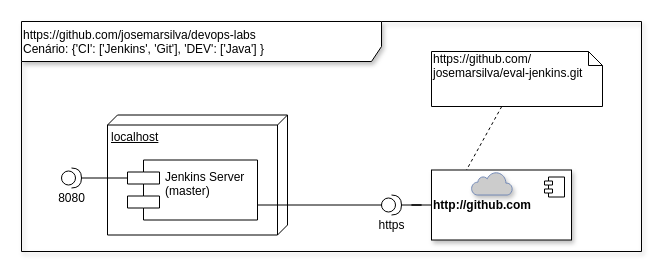
The draw.io diagram doc/DeployDiagram-Cenario_CI-Jenkins-Git_DEV-Java.drawio in josemarsilva/devops-labs, before the edit. Source tidied: cells renumbered, new cells numbered last; positions are measured from the earlier drawing's top-left corner, leaving out a move shared by most shapes. Both pictures are drawn from the tidied source at 100%, with x=0, y=0 at pixel (21, 21).
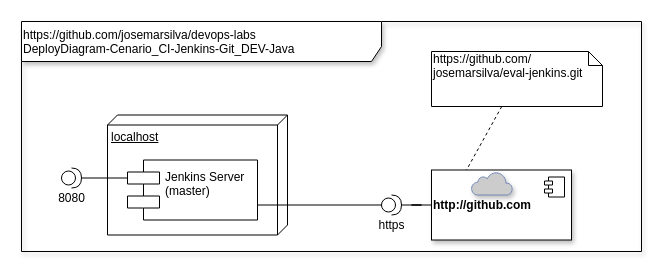
The same diagram, later.

Diff of the diagram source:
```diff
@@
 <mxGraphModel background="#ffffff">
   <root>
     <mxCell id="0" />
     <mxCell id="1" parent="0" />
-    <mxCell id="2" value="https://github.com/josemarsilva/devops-labs&lt;br&gt;Cenário: {'CI': ['Jenkins', 'Git'], 'DEV': ['Java'] }" style="shape=umlFrame;whiteSpace=wrap;html=1;shadow=1;width=360;height=40;align=left;verticalAlign=top;" parent="1" vertex="1">
+    <mxCell id="2" value="https://github.com/josemarsilva/devops-labs&lt;br&gt;DeployDiagram-Cenario_CI-Jenkins-Git_DEV-Java" style="shape=umlFrame;whiteSpace=wrap;html=1;shadow=1;width=360;height=40;align=left;verticalAlign=top;" parent="1" vertex="1">
       <mxGeometry width="620" height="230" as="geometry" />
     </mxCell>
     <mxCell id="3" value="&lt;b&gt;http://github.com&lt;/b&gt;" style="html=1;shadow=1;align=left;" parent="1" vertex="1">
       <mxGeometry x="410" y="148.5" width="140" height="70" as="geometry" />
     </mxCell>
     <mxCell id="4" style="shape=component;jettyWidth=8;jettyHeight=4;" parent="3" vertex="1">
       <mxGeometry x="1" width="20" height="20" relative="1" as="geometry">
         <mxPoint x="-27" y="7" as="offset" />
       </mxGeometry>
     </mxCell>
     <mxCell id="5" style="html=1;fillColor=#CCCCCC;strokeColor=#6881B3;gradientColor=none;gradientDirection=north;strokeWidth=2;shape=mxgraph.networks.cloud;fontColor=#ffffff;shadow=1;align=left;" parent="3" vertex="1">
       <mxGeometry x="40" y="2" width="41" height="23" as="geometry" />
     </mxCell>
     <mxCell id="6" style="edgeStyle=orthogonalEdgeStyle;rounded=0;html=1;exitX=0;exitY=0.25;entryX=0;entryY=0.25;jettySize=auto;orthogonalLoop=1;" parent="1" edge="1" source="3" target="3">
       <mxGeometry relative="1" as="geometry" />
     </mxCell>
     <mxCell id="7" value="localhost" style="verticalAlign=top;align=left;spacingTop=8;spacingLeft=2;spacingRight=12;shape=cube;size=10;direction=south;fontStyle=4;html=1;" parent="1" vertex="1">
       <mxGeometry x="86" y="93.5" width="180" height="120" as="geometry" />
     </mxCell>
     <mxCell id="8" value="Jenkins Server&#10;(master)&#10;" style="shape=component;align=left;spacingLeft=36;" parent="1" vertex="1">
       <mxGeometry x="106" y="138.5" width="130" height="60" as="geometry" />
     </mxCell>
     <mxCell id="9" style="edgeStyle=orthogonalEdgeStyle;rounded=0;jettySize=auto;html=1;entryX=0;entryY=0.5;entryDx=0;entryDy=0;endArrow=none;endFill=0;" parent="1" edge="1" source="10" target="3">
       <mxGeometry relative="1" as="geometry" />
     </mxCell>
     <mxCell id="10" value="https" style="shape=providedRequiredInterface;html=1;verticalLabelPosition=bottom;" parent="1" vertex="1">
       <mxGeometry x="360" y="173.5" width="20" height="20" as="geometry" />
     </mxCell>
     <mxCell id="11" style="edgeStyle=none;rounded=0;jettySize=auto;html=1;entryX=0;entryY=0.3;entryDx=0;entryDy=0;endArrow=none;endFill=0;" parent="1" edge="1" source="12" target="8">
       <mxGeometry relative="1" as="geometry" />
     </mxCell>
     <mxCell id="12" value="8080" style="shape=providedRequiredInterface;html=1;verticalLabelPosition=bottom;" parent="1" vertex="1">
       <mxGeometry x="40" y="146.5" width="20" height="20" as="geometry" />
     </mxCell>
     <mxCell id="13" style="rounded=0;jettySize=auto;html=1;exitX=1;exitY=0.75;exitDx=0;exitDy=0;entryX=0;entryY=0.5;entryDx=0;entryDy=0;entryPerimeter=0;endArrow=none;endFill=0;" parent="1" edge="1" source="8" target="10">
       <mxGeometry relative="1" as="geometry" />
     </mxCell>
     <mxCell id="14" style="edgeStyle=none;rounded=0;jettySize=auto;html=1;entryX=0.25;entryY=0;entryDx=0;entryDy=0;endArrow=none;endFill=0;dashed=1;" parent="1" edge="1" source="15" target="3">
       <mxGeometry relative="1" as="geometry" />
     </mxCell>
     <mxCell id="15" value="https://github.com/&lt;br&gt;josemarsilva/eval-jenkins.git" style="shape=note;whiteSpace=wrap;html=1;size=14;verticalAlign=top;align=left;spacingTop=-6;" parent="1" vertex="1">
       <mxGeometry x="410" y="30" width="171" height="55" as="geometry" />
     </mxCell>
     <mxCell id="16" parent="0" />
   </root>
 </mxGraphModel>
```
